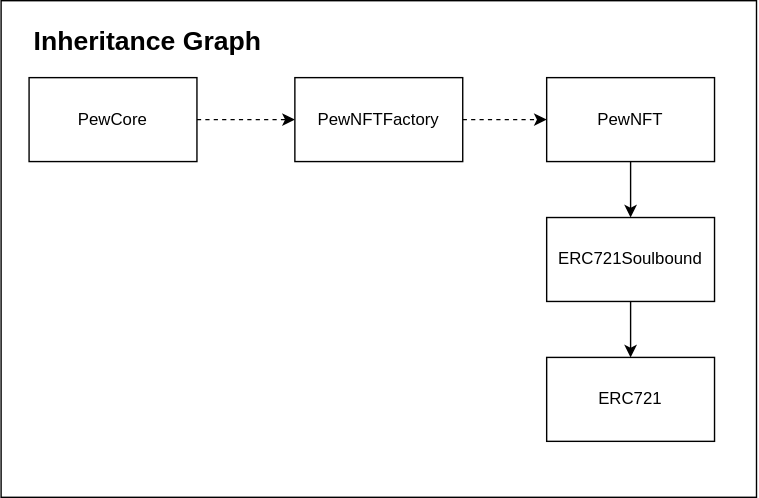
FloorGangETHNYC/.github keeps this draw.io diagram as profile/diagrams/smart-contract-architecture.drawio.svg. Above is the earlier version. Source tidied: cells renumbered, new cells last; positions are measured from the earlier drawing's top-left corner, leaving out a move shared by most shapes.
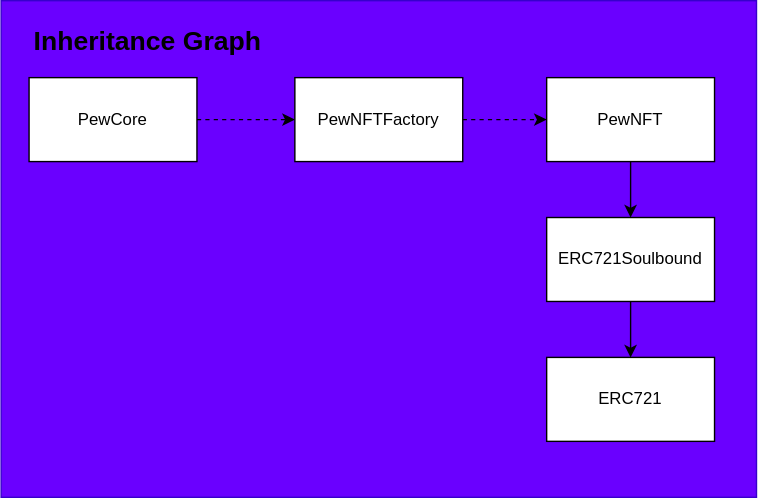
The same diagram one commit later.

Change to the diagram source:
```diff
@@ -2,7 +2,7 @@
   <root>
     <mxCell id="0" />
     <mxCell id="1" parent="0" />
-    <mxCell id="2" style="rounded=0;whiteSpace=wrap;html=1;fontSize=19;fillColor=#FFFFFF;gradientColor=#ffffff;" parent="1" vertex="1">
+    <mxCell id="2" style="rounded=0;whiteSpace=wrap;html=1;fontSize=19;fillColor=#6a00ff;fontColor=#ffffff;strokeColor=#3700CC;" parent="1" vertex="1">
       <mxGeometry width="540" height="355" as="geometry" />
     </mxCell>
     <mxCell id="3" style="edgeStyle=none;html=1;dashed=1;" parent="1" edge="1" source="4" target="6">
```
